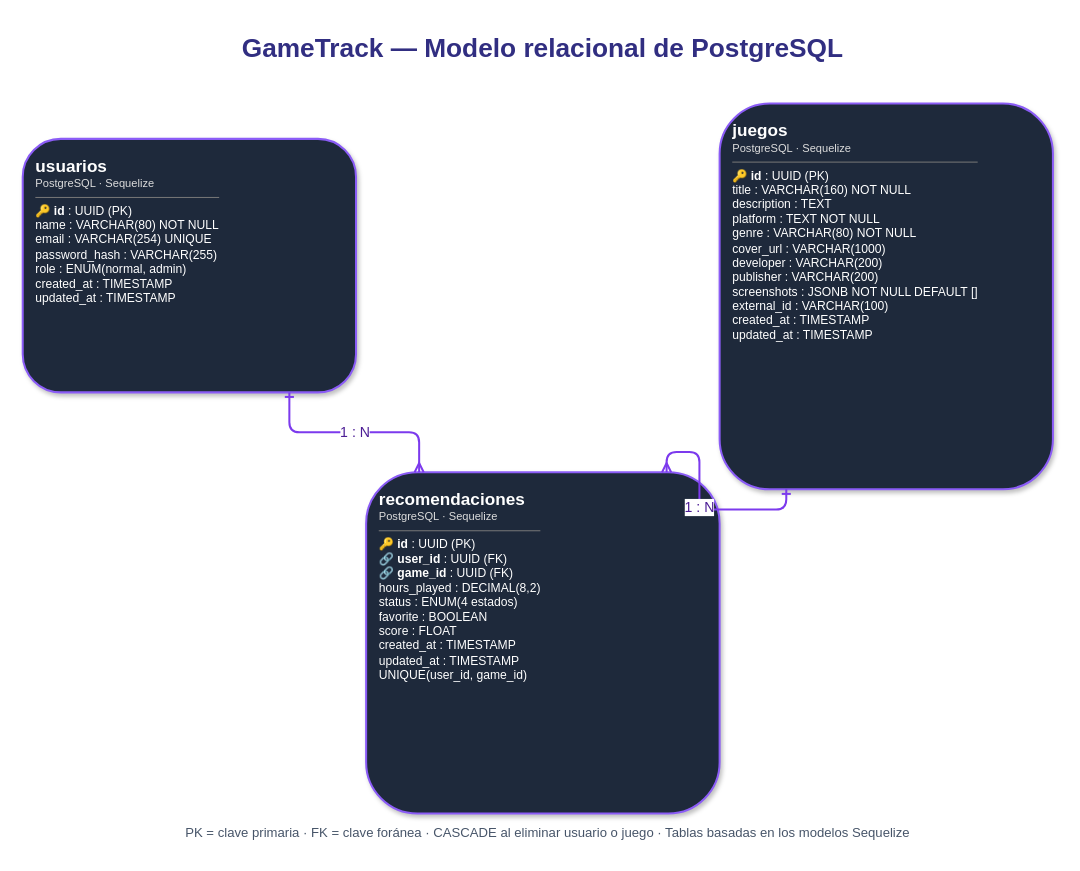
This is GameTrack-Modelo-Relacional.drawio from hwongg/GameTrack, a draw.io file, before an edit. Source tidied: cells renumbered, new cells numbered last; positions are measured from the earlier drawing's top-left corner, leaving out a move shared by most shapes. Both pictures are drawn from the tidied source at 101%, with x=0, y=0 at pixel (22, 17).
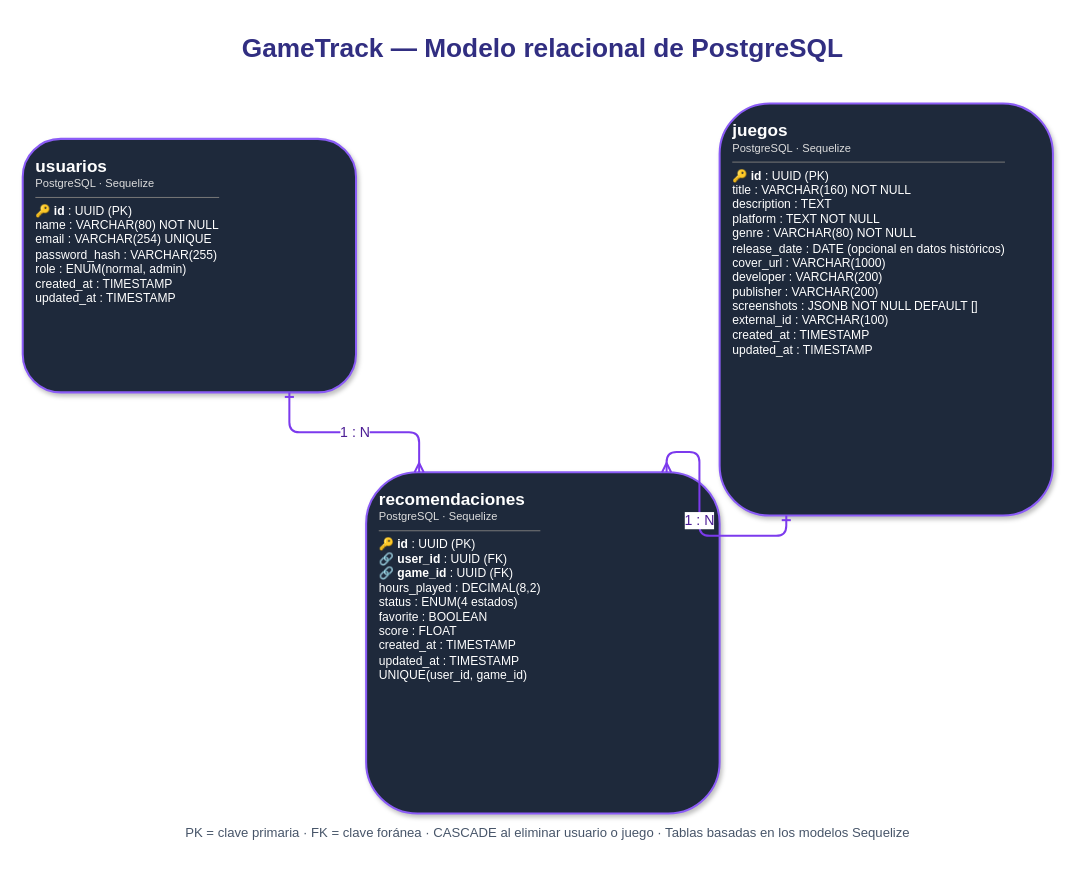
After the change.

The edit, as a diff of the source:
```diff
@@
 <mxGraphModel>
   <root>
     <mxCell id="0" />
     <mxCell id="1" parent="0" />
     <mxCell id="2" value="&lt;div style=&quot;font-size:17px&quot;&gt;&lt;b&gt;usuarios&lt;/b&gt;&lt;/div&gt;&lt;div style=&quot;font-size:11px;color:#ddd&quot;&gt;PostgreSQL · Sequelize&lt;/div&gt;&lt;hr style=&quot;border:0;border-top:1px solid #777&quot;&gt;🔑 &lt;b&gt;id&lt;/b&gt; : UUID (PK)&lt;br&gt;name : VARCHAR(80) NOT NULL&lt;br&gt;email : VARCHAR(254) UNIQUE&lt;br&gt;password_hash : VARCHAR(255)&lt;br&gt;role : ENUM(normal, admin)&lt;br&gt;created_at : TIMESTAMP&lt;br&gt;updated_at : TIMESTAMP" style="rounded=1;whiteSpace=wrap;html=1;fillColor=#1E293B;strokeColor=#8B5CF6;strokeWidth=2;fontColor=#FFFFFF;align=left;verticalAlign=top;spacing=13;shadow=1;" parent="1" vertex="1">
       <mxGeometry y="120" width="330" height="251" as="geometry" />
     </mxCell>
-    <mxCell id="3" value="&lt;div style=&quot;font-size:17px&quot;&gt;&lt;b&gt;juegos&lt;/b&gt;&lt;/div&gt;&lt;div style=&quot;font-size:11px;color:#ddd&quot;&gt;PostgreSQL · Sequelize&lt;/div&gt;&lt;hr style=&quot;border:0;border-top:1px solid #777&quot;&gt;🔑 &lt;b&gt;id&lt;/b&gt; : UUID (PK)&lt;br&gt;title : VARCHAR(160) NOT NULL&lt;br&gt;description : TEXT&lt;br&gt;platform : TEXT NOT NULL&lt;br&gt;genre : VARCHAR(80) NOT NULL&lt;br&gt;cover_url : VARCHAR(1000)&lt;br&gt;developer : VARCHAR(200)&lt;br&gt;publisher : VARCHAR(200)&lt;br&gt;screenshots : JSONB NOT NULL DEFAULT []&lt;br&gt;external_id : VARCHAR(100)&lt;br&gt;created_at : TIMESTAMP&lt;br&gt;updated_at : TIMESTAMP" style="rounded=1;whiteSpace=wrap;html=1;fillColor=#1E293B;strokeColor=#8B5CF6;strokeWidth=2;fontColor=#FFFFFF;align=left;verticalAlign=top;spacing=13;shadow=1;" parent="1" vertex="1">
-      <mxGeometry x="690" y="85" width="330" height="382" as="geometry" />
+    <mxCell id="3" value="&lt;div style=&quot;font-size:17px&quot;&gt;&lt;b&gt;juegos&lt;/b&gt;&lt;/div&gt;&lt;div style=&quot;font-size:11px;color:#ddd&quot;&gt;PostgreSQL · Sequelize&lt;/div&gt;&lt;hr style=&quot;border:0;border-top:1px solid #777&quot;&gt;🔑 &lt;b&gt;id&lt;/b&gt; : UUID (PK)&lt;br&gt;title : VARCHAR(160) NOT NULL&lt;br&gt;description : TEXT&lt;br&gt;platform : TEXT NOT NULL&lt;br&gt;genre : VARCHAR(80) NOT NULL&lt;br&gt;release_date : DATE (opcional en datos históricos)&lt;br&gt;cover_url : VARCHAR(1000)&lt;br&gt;developer : VARCHAR(200)&lt;br&gt;publisher : VARCHAR(200)&lt;br&gt;screenshots : JSONB NOT NULL DEFAULT []&lt;br&gt;external_id : VARCHAR(100)&lt;br&gt;created_at : TIMESTAMP&lt;br&gt;updated_at : TIMESTAMP" style="rounded=1;whiteSpace=wrap;html=1;fillColor=#1E293B;strokeColor=#8B5CF6;strokeWidth=2;fontColor=#FFFFFF;align=left;verticalAlign=top;spacing=13;shadow=1;" parent="1" vertex="1">
+      <mxGeometry x="690" y="85" width="330" height="408" as="geometry" />
     </mxCell>
     <mxCell id="4" value="&lt;div style=&quot;font-size:17px&quot;&gt;&lt;b&gt;recomendaciones&lt;/b&gt;&lt;/div&gt;&lt;div style=&quot;font-size:11px;color:#ddd&quot;&gt;PostgreSQL · Sequelize&lt;/div&gt;&lt;hr style=&quot;border:0;border-top:1px solid #777&quot;&gt;🔑 &lt;b&gt;id&lt;/b&gt; : UUID (PK)&lt;br&gt;🔗 &lt;b&gt;user_id&lt;/b&gt; : UUID (FK)&lt;br&gt;🔗 &lt;b&gt;game_id&lt;/b&gt; : UUID (FK)&lt;br&gt;hours_played : DECIMAL(8,2)&lt;br&gt;status : ENUM(4 estados)&lt;br&gt;favorite : BOOLEAN&lt;br&gt;score : FLOAT&lt;br&gt;created_at : TIMESTAMP&lt;br&gt;updated_at : TIMESTAMP&lt;br&gt;UNIQUE(user_id, game_id)" style="rounded=1;whiteSpace=wrap;html=1;fillColor=#1E293B;strokeColor=#8B5CF6;strokeWidth=2;fontColor=#FFFFFF;align=left;verticalAlign=top;spacing=13;shadow=1;" parent="1" vertex="1">
       <mxGeometry x="340" y="450" width="350" height="338" as="geometry" />
     </mxCell>
     <mxCell id="5" value="1 : N" style="edgeStyle=orthogonalEdgeStyle;rounded=1;jettySize=auto;html=1;strokeColor=#7C3AED;strokeWidth=2;endArrow=ERmany;endFill=0;startArrow=ERone;startFill=0;fontSize=14;fontColor=#4C1D95;exitX=0.8;exitY=1;exitDx=0;exitDy=0;entryX=0.15;entryY=0;entryDx=0;entryDy=0;" parent="1" edge="1" source="2" target="4">
       <mxGeometry relative="1" as="geometry" />
     </mxCell>
     <mxCell id="6" value="1 : N" style="edgeStyle=orthogonalEdgeStyle;rounded=1;jettySize=auto;html=1;strokeColor=#7C3AED;strokeWidth=2;endArrow=ERmany;endFill=0;startArrow=ERone;startFill=0;fontSize=14;fontColor=#4C1D95;exitX=0.2;exitY=1;exitDx=0;exitDy=0;entryX=0.85;entryY=0;entryDx=0;entryDy=0;" parent="1" edge="1" source="3" target="4">
       <mxGeometry relative="1" as="geometry" />
     </mxCell>
     <mxCell id="7" value="GameTrack — Modelo relacional de PostgreSQL" style="text;html=1;align=center;verticalAlign=middle;whiteSpace=wrap;rounded=0;fontSize=26;fontStyle=1;fontColor=#312E81;" parent="1" vertex="1">
       <mxGeometry x="100" width="830" height="60" as="geometry" />
     </mxCell>
     <mxCell id="8" value="PK = clave primaria · FK = clave foránea · CASCADE al eliminar usuario o juego · Tablas basadas en los modelos Sequelize" style="text;html=1;align=center;whiteSpace=wrap;fontSize=13;fontColor=#475569;" parent="1" vertex="1">
       <mxGeometry x="10" y="793" width="1020" height="35" as="geometry" />
     </mxCell>
   </root>
 </mxGraphModel>
```
